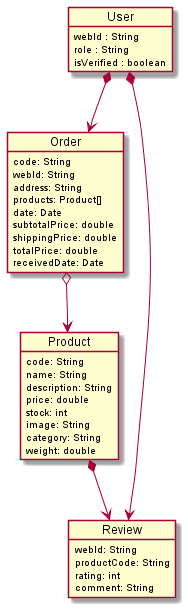
Arquisoft/dede_en2a keeps this PlantUML diagram as images/DomainModel.png. Above is the earlier version.
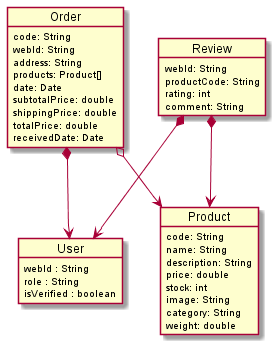
The same file after the commit.

The edit, as a diff of the source:
```diff
@@ -35,8 +35,8 @@
     comment: String
 }
 
-User *--> Order
+Order *--> User
 Order o--> Product
-Product *--> Review
-User *--> Review
+Review *--> Product
+Review *--> User
 @enduml
```
